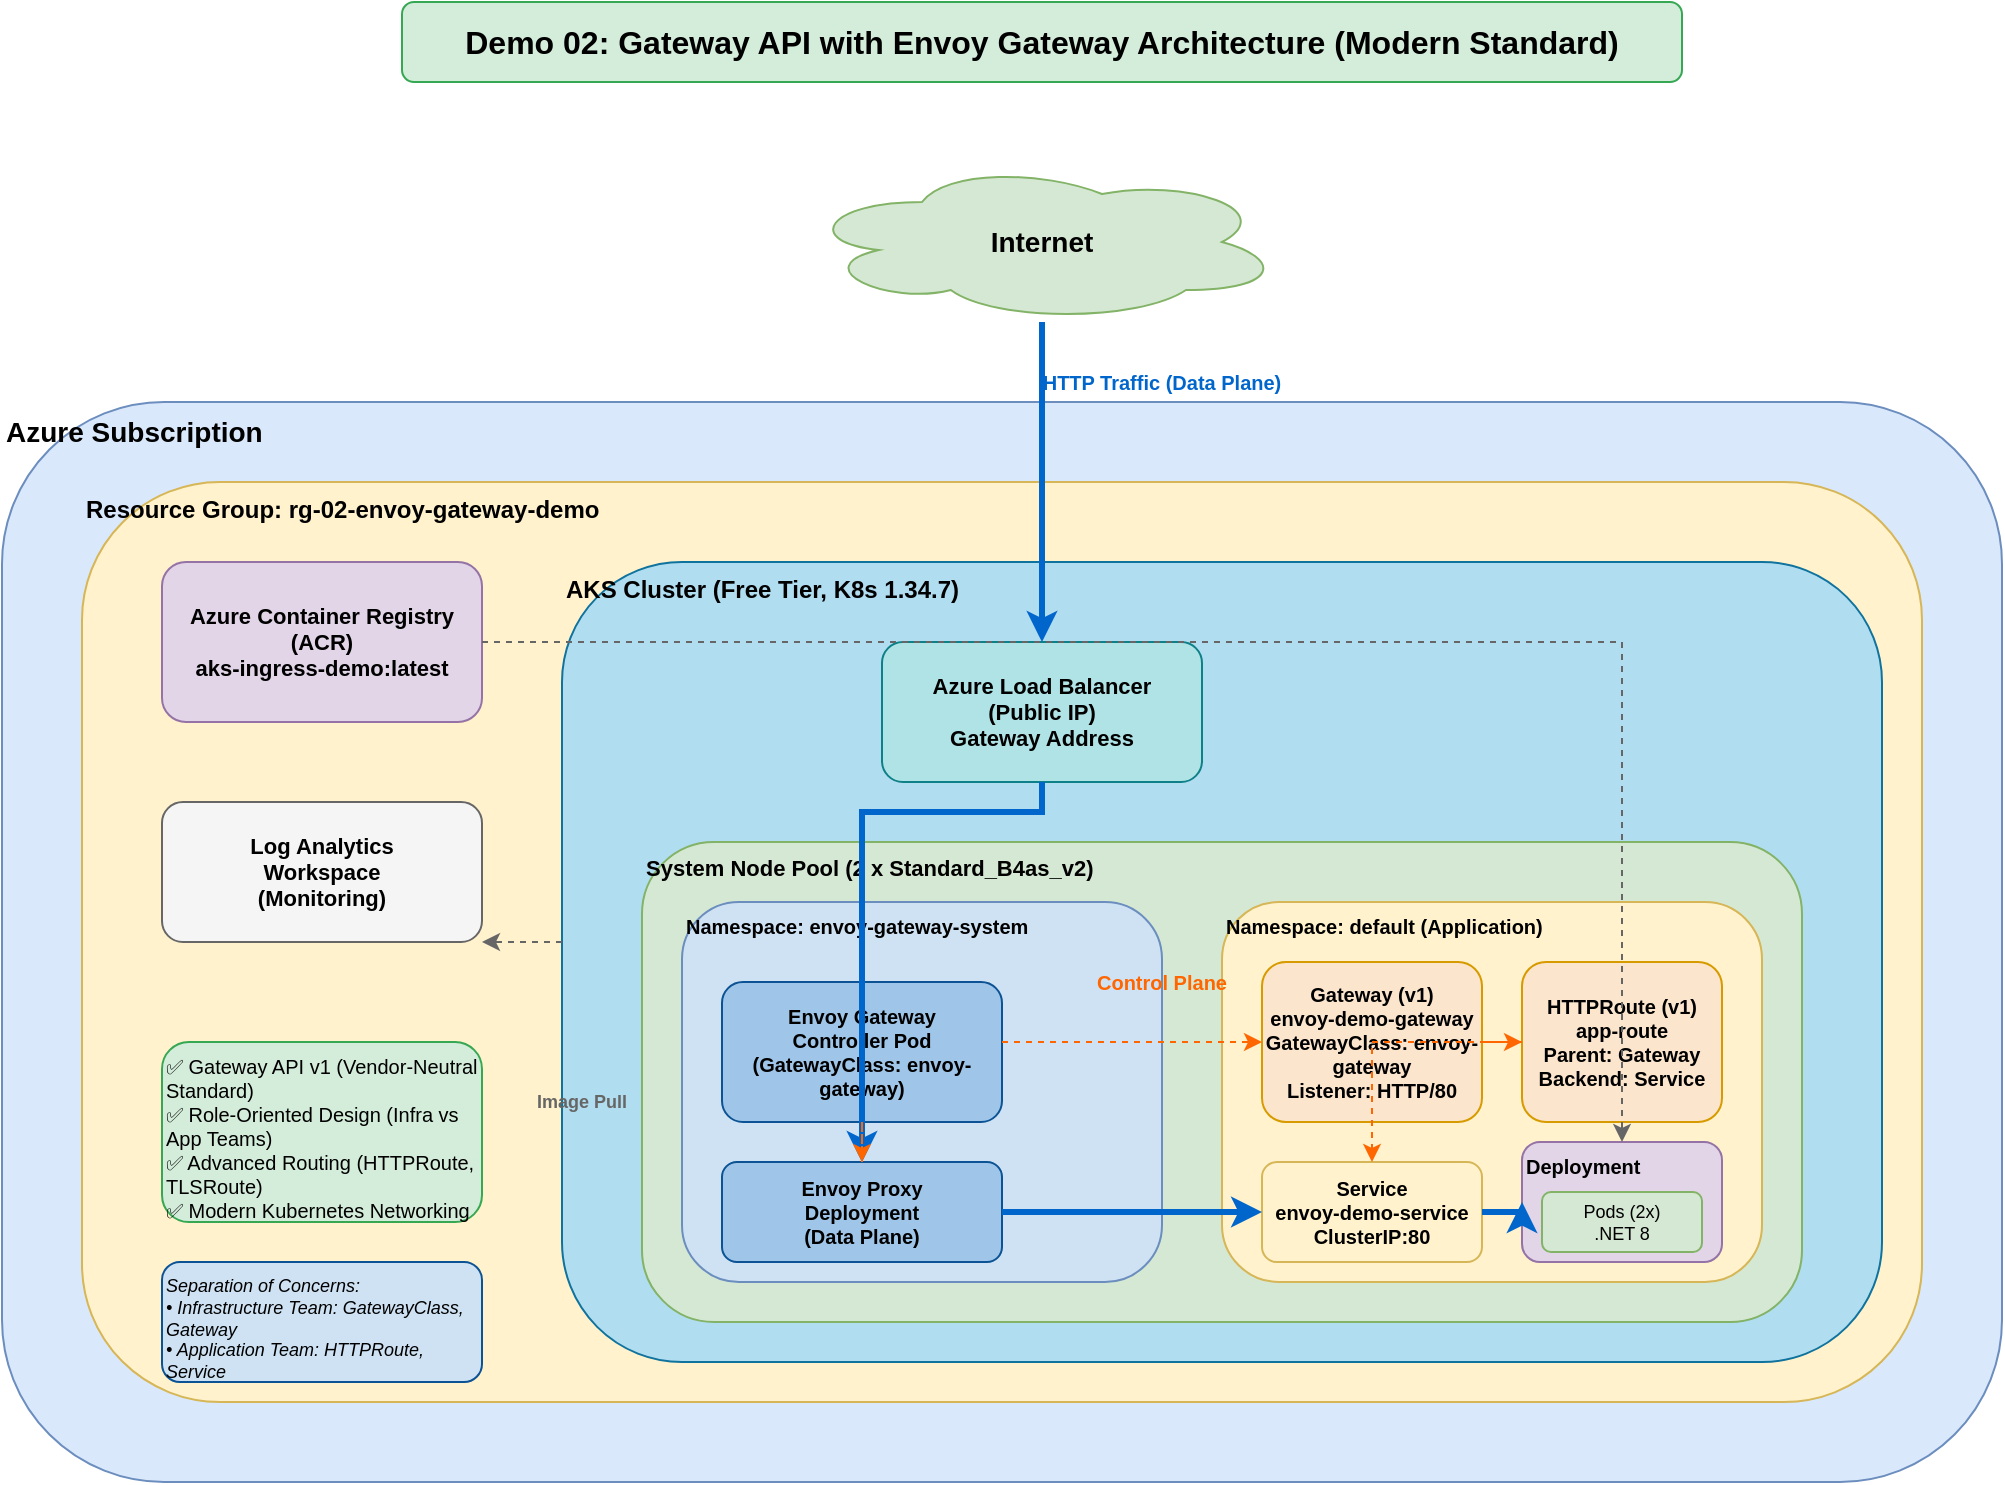
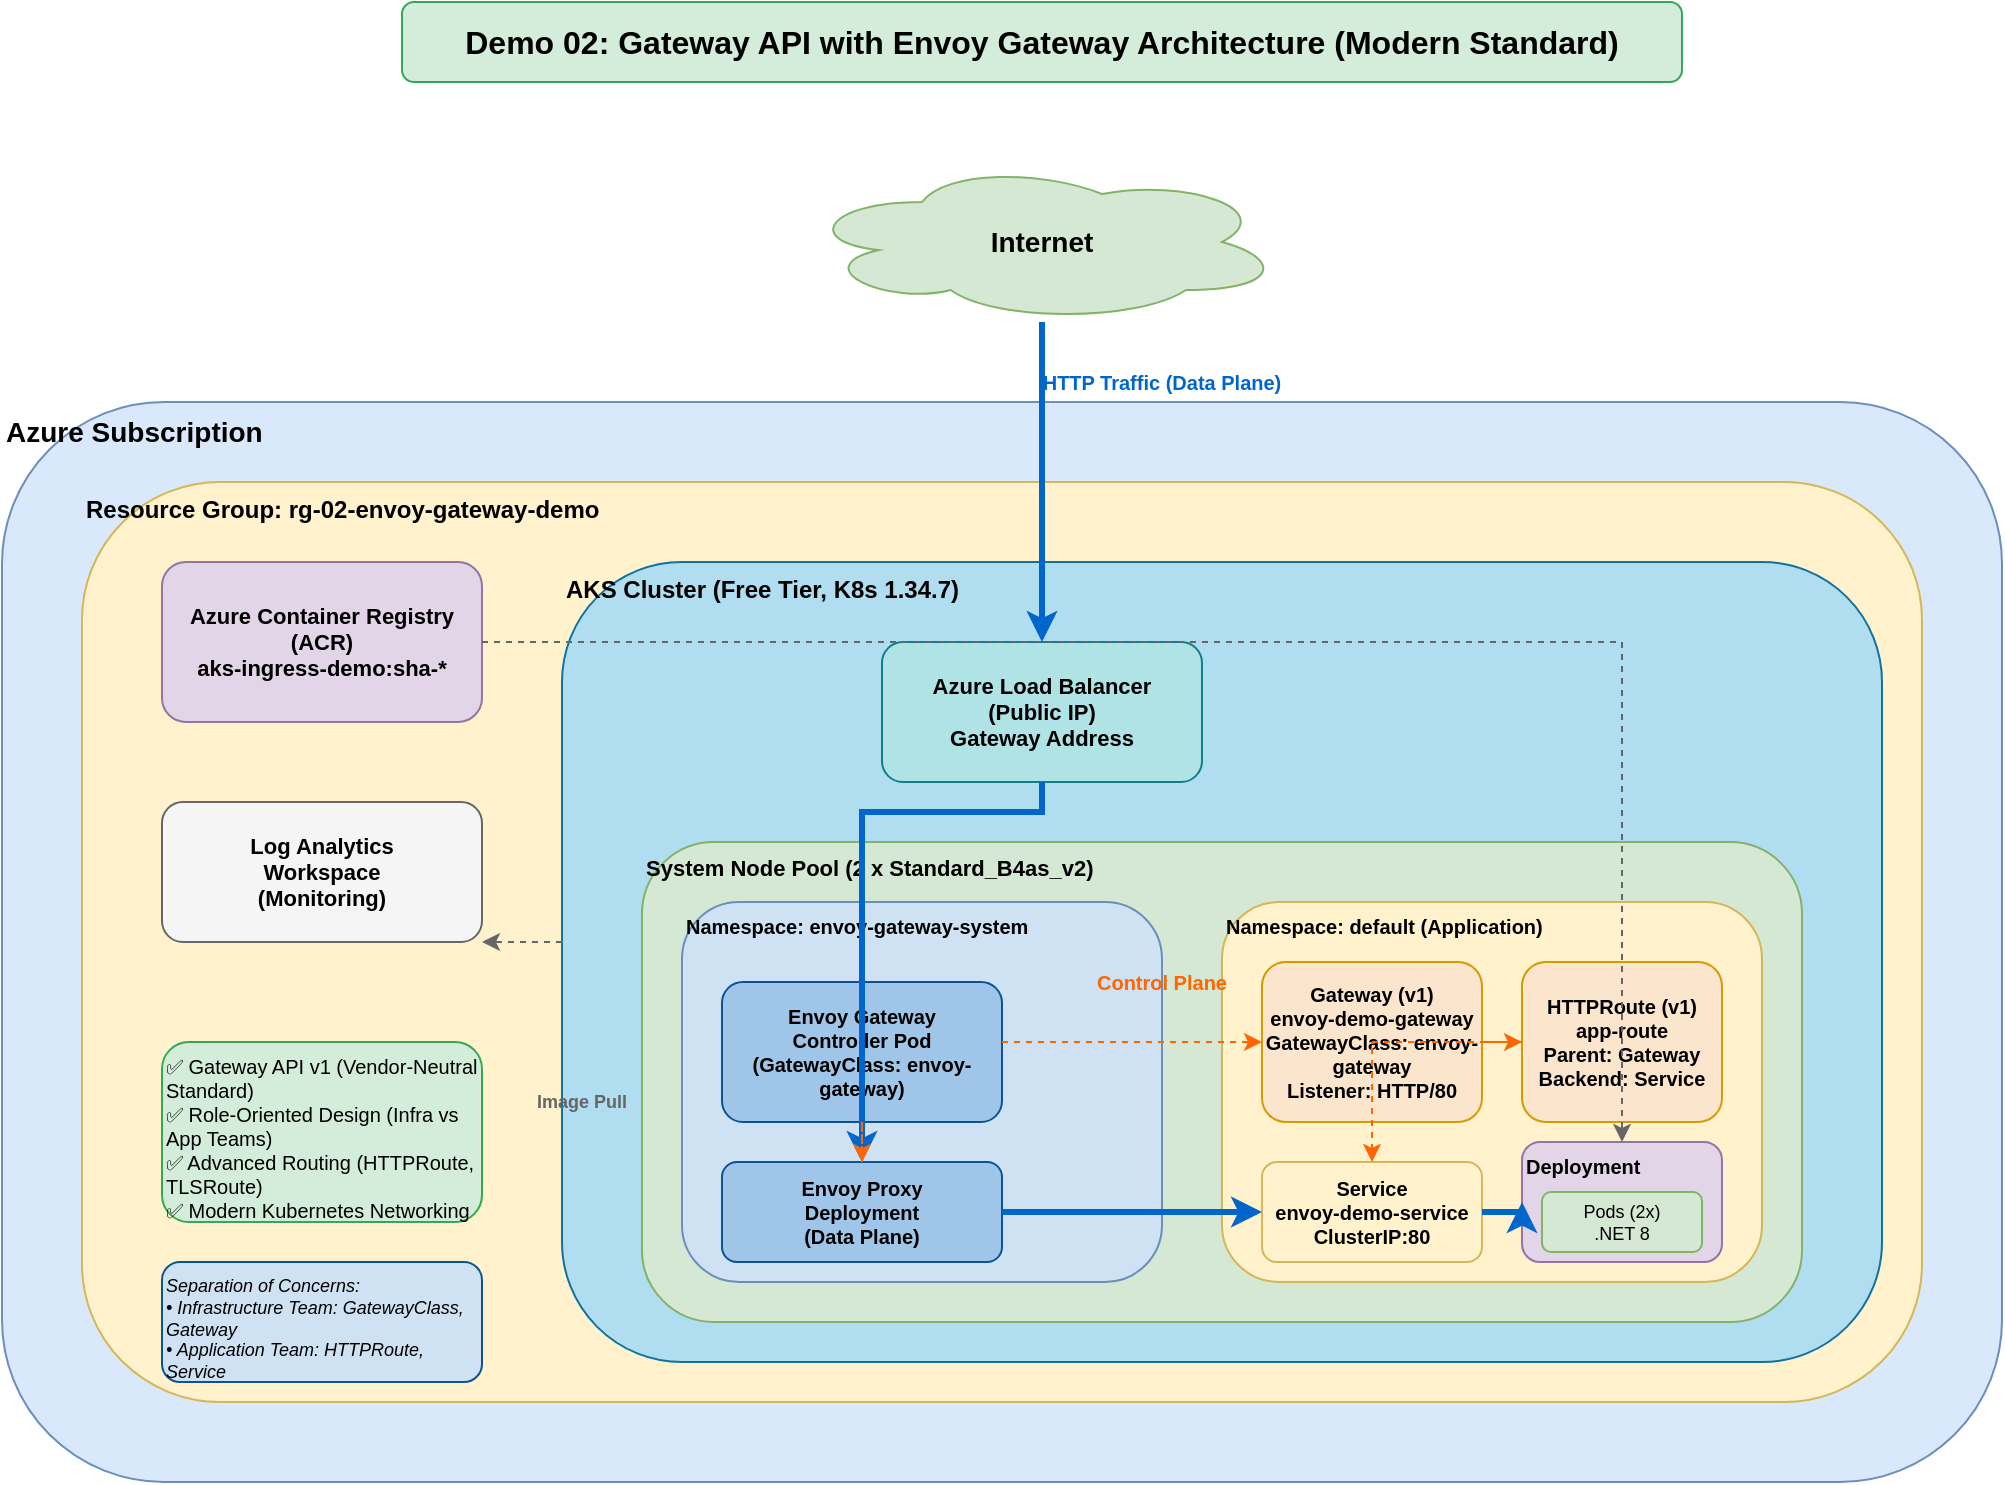
<mxfile host="app.diagrams.net" modified="2026-05-21T12:17:00.000Z" agent="draw.io" version="24.0.0">
  <diagram name="Envoy Gateway API Architecture" id="envoy-gateway-arch">
    <mxGraphModel dx="1422" dy="794" grid="1" gridSize="10" guides="1" tooltips="1" connect="1" arrows="1" fold="1" page="1" pageScale="1" pageWidth="1169" pageHeight="827" math="0" shadow="0">
      <root>
        <mxCell id="0" />
        <mxCell id="1" parent="0" />

        <!-- Title -->
        <mxCell id="title" value="Demo 02: Gateway API with Envoy Gateway Architecture (Modern Standard)" style="text;html=1;strokeColor=#36a853;fillColor=#d4edda;align=center;verticalAlign=middle;whiteSpace=wrap;rounded=1;fontStyle=1;fontSize=16;" vertex="1" parent="1">
          <mxGeometry x="280" y="40" width="640" height="40" as="geometry" />
        </mxCell>

        <!-- Internet Cloud -->
        <mxCell id="internet" value="Internet" style="ellipse;shape=cloud;whiteSpace=wrap;html=1;fillColor=#d5e8d4;strokeColor=#82b366;fontSize=14;fontStyle=1" vertex="1" parent="1">
          <mxGeometry x="480" y="120" width="240" height="80" as="geometry" />
        </mxCell>

        <!-- Azure Subscription Box -->
        <mxCell id="azure-sub" value="Azure Subscription" style="rounded=1;whiteSpace=wrap;html=1;fillColor=#dae8fc;strokeColor=#6c8ebf;verticalAlign=top;fontStyle=1;fontSize=14;align=left;" vertex="1" parent="1">
          <mxGeometry x="80" y="240" width="1000" height="540" as="geometry" />
        </mxCell>

        <!-- Resource Group -->
        <mxCell id="rg" value="Resource Group: rg-02-envoy-gateway-demo" style="rounded=1;whiteSpace=wrap;html=1;fillColor=#fff2cc;strokeColor=#d6b656;verticalAlign=top;fontStyle=1;fontSize=12;align=left;" vertex="1" parent="1">
          <mxGeometry x="120" y="280" width="920" height="460" as="geometry" />
        </mxCell>

        <!-- Azure Container Registry -->
-         <mxCell id="acr" value="Azure Container Registry&#xa;(ACR)&#xa;aks-ingress-demo:latest" style="rounded=1;whiteSpace=wrap;html=1;fillColor=#e1d5e7;strokeColor=#9673a6;fontSize=11;fontStyle=1" vertex="1" parent="1">
+         <mxCell id="acr" value="Azure Container Registry&#xa;(ACR)&#xa;aks-ingress-demo:sha-*" style="rounded=1;whiteSpace=wrap;html=1;fillColor=#e1d5e7;strokeColor=#9673a6;fontSize=11;fontStyle=1" vertex="1" parent="1">
          <mxGeometry x="160" y="320" width="160" height="80" as="geometry" />
        </mxCell>

        <!-- AKS Cluster Box -->
        <mxCell id="aks-cluster" value="AKS Cluster (Free Tier, K8s 1.34.7)" style="rounded=1;whiteSpace=wrap;html=1;fillColor=#b1ddf0;strokeColor=#10739e;verticalAlign=top;fontStyle=1;fontSize=12;align=left;" vertex="1" parent="1">
          <mxGeometry x="360" y="320" width="660" height="400" as="geometry" />
        </mxCell>

        <!-- Load Balancer -->
        <mxCell id="lb" value="Azure Load Balancer&#xa;(Public IP)&#xa;Gateway Address" style="rounded=1;whiteSpace=wrap;html=1;fillColor=#b0e3e6;strokeColor=#0e8088;fontSize=11;fontStyle=1" vertex="1" parent="1">
          <mxGeometry x="520" y="360" width="160" height="70" as="geometry" />
        </mxCell>

        <!-- System Node Pool -->
        <mxCell id="nodepool" value="System Node Pool (2 x Standard_B4as_v2)" style="rounded=1;whiteSpace=wrap;html=1;fillColor=#d5e8d4;strokeColor=#82b366;verticalAlign=top;fontStyle=1;fontSize=11;align=left;" vertex="1" parent="1">
          <mxGeometry x="400" y="460" width="580" height="240" as="geometry" />
        </mxCell>

        <!-- Envoy Gateway System Namespace -->
        <mxCell id="envoy-system" value="Namespace: envoy-gateway-system" style="rounded=1;whiteSpace=wrap;html=1;fillColor=#cfe2f3;strokeColor=#6c8ebf;verticalAlign=top;fontStyle=1;fontSize=10;align=left;" vertex="1" parent="1">
          <mxGeometry x="420" y="490" width="240" height="190" as="geometry" />
        </mxCell>

        <!-- Envoy Gateway Controller -->
        <mxCell id="envoy-controller" value="Envoy Gateway&#xa;Controller Pod&#xa;(GatewayClass: envoy-gateway)" style="rounded=1;whiteSpace=wrap;html=1;fillColor=#9fc5e8;strokeColor=#0b5394;fontSize=10;fontStyle=1" vertex="1" parent="1">
          <mxGeometry x="440" y="530" width="140" height="70" as="geometry" />
        </mxCell>

        <!-- Envoy Proxy Deployment -->
        <mxCell id="envoy-proxy" value="Envoy Proxy&#xa;Deployment&#xa;(Data Plane)" style="rounded=1;whiteSpace=wrap;html=1;fillColor=#9fc5e8;strokeColor=#0b5394;fontSize=10;fontStyle=1" vertex="1" parent="1">
          <mxGeometry x="440" y="620" width="140" height="50" as="geometry" />
        </mxCell>

        <!-- Default Namespace -->
        <mxCell id="default-ns" value="Namespace: default (Application)" style="rounded=1;whiteSpace=wrap;html=1;fillColor=#fff2cc;strokeColor=#d6b656;verticalAlign=top;fontStyle=1;fontSize=10;align=left;" vertex="1" parent="1">
          <mxGeometry x="690" y="490" width="270" height="190" as="geometry" />
        </mxCell>

        <!-- Gateway Resource -->
        <mxCell id="gateway" value="Gateway (v1)&#xa;envoy-demo-gateway&#xa;GatewayClass: envoy-gateway&#xa;Listener: HTTP/80" style="rounded=1;whiteSpace=wrap;html=1;fillColor=#fce5cd;strokeColor=#d79b00;fontSize=10;fontStyle=1" vertex="1" parent="1">
          <mxGeometry x="710" y="520" width="110" height="80" as="geometry" />
        </mxCell>

        <!-- HTTPRoute Resource -->
        <mxCell id="httproute" value="HTTPRoute (v1)&#xa;app-route&#xa;Parent: Gateway&#xa;Backend: Service" style="rounded=1;whiteSpace=wrap;html=1;fillColor=#fce5cd;strokeColor=#d79b00;fontSize=10;fontStyle=1" vertex="1" parent="1">
          <mxGeometry x="840" y="520" width="100" height="80" as="geometry" />
        </mxCell>

        <!-- Service -->
        <mxCell id="service" value="Service&#xa;envoy-demo-service&#xa;ClusterIP:80" style="rounded=1;whiteSpace=wrap;html=1;fillColor=#fff2cc;strokeColor=#d6b656;fontSize=10;fontStyle=1" vertex="1" parent="1">
          <mxGeometry x="710" y="620" width="110" height="50" as="geometry" />
        </mxCell>

        <!-- Deployment/Pods -->
        <mxCell id="deployment" value="Deployment" style="rounded=1;whiteSpace=wrap;html=1;fillColor=#e1d5e7;strokeColor=#9673a6;verticalAlign=top;fontStyle=1;fontSize=10;align=left;" vertex="1" parent="1">
          <mxGeometry x="840" y="610" width="100" height="60" as="geometry" />
        </mxCell>

        <mxCell id="pods" value="Pods (2x)&#xa;.NET 8" style="rounded=1;whiteSpace=wrap;html=1;fillColor=#d5e8d4;strokeColor=#82b366;fontSize=9" vertex="1" parent="1">
          <mxGeometry x="850" y="635" width="80" height="30" as="geometry" />
        </mxCell>

        <!-- Log Analytics -->
        <mxCell id="logs" value="Log Analytics&#xa;Workspace&#xa;(Monitoring)" style="rounded=1;whiteSpace=wrap;html=1;fillColor=#f5f5f5;strokeColor=#666666;fontSize=11;fontStyle=1" vertex="1" parent="1">
          <mxGeometry x="160" y="440" width="160" height="70" as="geometry" />
        </mxCell>

        <!-- Arrows - Traffic Flow -->
        <mxCell id="arrow1" style="edgeStyle=orthogonalEdgeStyle;rounded=0;orthogonalLoop=1;jettySize=auto;html=1;strokeWidth=3;strokeColor=#0066CC;" edge="1" parent="1" source="internet" target="lb">
          <mxGeometry relative="1" as="geometry" />
        </mxCell>

        <mxCell id="arrow2" style="edgeStyle=orthogonalEdgeStyle;rounded=0;orthogonalLoop=1;jettySize=auto;html=1;strokeWidth=3;strokeColor=#0066CC;" edge="1" parent="1" source="lb" target="envoy-proxy">
          <mxGeometry relative="1" as="geometry">
            <Array as="points">
              <mxPoint x="600" y="445" />
              <mxPoint x="510" y="445" />
            </Array>
          </mxGeometry>
        </mxCell>

        <mxCell id="arrow3" style="edgeStyle=orthogonalEdgeStyle;rounded=0;orthogonalLoop=1;jettySize=auto;html=1;strokeWidth=3;strokeColor=#0066CC;" edge="1" parent="1" source="envoy-proxy" target="service">
          <mxGeometry relative="1" as="geometry">
            <Array as="points">
              <mxPoint x="640" y="645" />
              <mxPoint x="640" y="645" />
            </Array>
          </mxGeometry>
        </mxCell>

        <mxCell id="arrow4" style="edgeStyle=orthogonalEdgeStyle;rounded=0;orthogonalLoop=1;jettySize=auto;html=1;strokeWidth=3;strokeColor=#0066CC;" edge="1" parent="1" source="service" target="deployment">
          <mxGeometry relative="1" as="geometry" />
        </mxCell>

        <!-- Control Plane Arrows -->
        <mxCell id="arrow5" style="edgeStyle=orthogonalEdgeStyle;rounded=0;orthogonalLoop=1;jettySize=auto;html=1;strokeWidth=1;strokeColor=#FF6600;dashed=1;" edge="1" parent="1" source="envoy-controller" target="gateway">
          <mxGeometry relative="1" as="geometry">
            <Array as="points">
              <mxPoint x="620" y="560" />
              <mxPoint x="620" y="560" />
            </Array>
          </mxGeometry>
        </mxCell>

        <mxCell id="arrow6" style="edgeStyle=orthogonalEdgeStyle;rounded=0;orthogonalLoop=1;jettySize=auto;html=1;strokeWidth=1;strokeColor=#FF6600;dashed=1;" edge="1" parent="1" source="gateway" target="httproute">
          <mxGeometry relative="1" as="geometry" />
        </mxCell>

        <mxCell id="arrow7" style="edgeStyle=orthogonalEdgeStyle;rounded=0;orthogonalLoop=1;jettySize=auto;html=1;strokeWidth=1;strokeColor=#FF6600;dashed=1;" edge="1" parent="1" source="httproute" target="service">
          <mxGeometry relative="1" as="geometry" />
        </mxCell>

        <mxCell id="arrow8" style="edgeStyle=orthogonalEdgeStyle;rounded=0;orthogonalLoop=1;jettySize=auto;html=1;strokeWidth=1;strokeColor=#FF6600;dashed=1;" edge="1" parent="1" source="envoy-controller" target="envoy-proxy">
          <mxGeometry relative="1" as="geometry" />
        </mxCell>

        <!-- Container Pull Arrow -->
        <mxCell id="arrow9" style="edgeStyle=orthogonalEdgeStyle;rounded=0;orthogonalLoop=1;jettySize=auto;html=1;strokeWidth=1;strokeColor=#666666;dashed=1;" edge="1" parent="1" source="acr" target="deployment">
          <mxGeometry relative="1" as="geometry" />
        </mxCell>

        <!-- Monitoring Arrow -->
        <mxCell id="arrow10" style="edgeStyle=orthogonalEdgeStyle;rounded=0;orthogonalLoop=1;jettySize=auto;html=1;strokeWidth=1;strokeColor=#666666;dashed=1;" edge="1" parent="1" source="aks-cluster" target="logs">
          <mxGeometry relative="1" as="geometry">
            <Array as="points">
              <mxPoint x="380" y="475" />
              <mxPoint x="380" y="475" />
            </Array>
          </mxGeometry>
        </mxCell>

        <!-- Labels -->
        <mxCell id="label1" value="HTTP Traffic (Data Plane)" style="text;html=1;align=center;verticalAlign=middle;whiteSpace=wrap;fontSize=10;fontColor=#0066CC;fontStyle=1" vertex="1" parent="1">
          <mxGeometry x="590" y="220" width="140" height="20" as="geometry" />
        </mxCell>

        <mxCell id="label2" value="Control Plane" style="text;html=1;align=center;verticalAlign=middle;whiteSpace=wrap;fontSize=10;fontColor=#FF6600;fontStyle=1" vertex="1" parent="1">
          <mxGeometry x="620" y="520" width="80" height="20" as="geometry" />
        </mxCell>

        <mxCell id="label3" value="Image Pull" style="text;html=1;align=center;verticalAlign=middle;whiteSpace=wrap;fontSize=9;fontColor=#666666;fontStyle=1" vertex="1" parent="1">
          <mxGeometry x="340" y="580" width="60" height="20" as="geometry" />
        </mxCell>

        <!-- Key Features Box -->
        <mxCell id="features" value="✅ Gateway API v1 (Vendor-Neutral Standard)&#xa;✅ Role-Oriented Design (Infra vs App Teams)&#xa;✅ Advanced Routing (HTTPRoute, TLSRoute)&#xa;✅ Modern Kubernetes Networking" style="text;html=1;strokeColor=#36a853;fillColor=#d4edda;align=left;verticalAlign=top;whiteSpace=wrap;rounded=1;fontSize=10;fontStyle=0" vertex="1" parent="1">
          <mxGeometry x="160" y="560" width="160" height="90" as="geometry" />
        </mxCell>

        <!-- Architecture Note -->
        <mxCell id="note" value="Separation of Concerns:&#xa;• Infrastructure Team: GatewayClass, Gateway&#xa;• Application Team: HTTPRoute, Service" style="text;html=1;strokeColor=#0b5394;fillColor=#cfe2f3;align=left;verticalAlign=top;whiteSpace=wrap;rounded=1;fontSize=9;fontStyle=2" vertex="1" parent="1">
          <mxGeometry x="160" y="670" width="160" height="60" as="geometry" />
        </mxCell>

      </root>
    </mxGraphModel>
  </diagram>
</mxfile>
